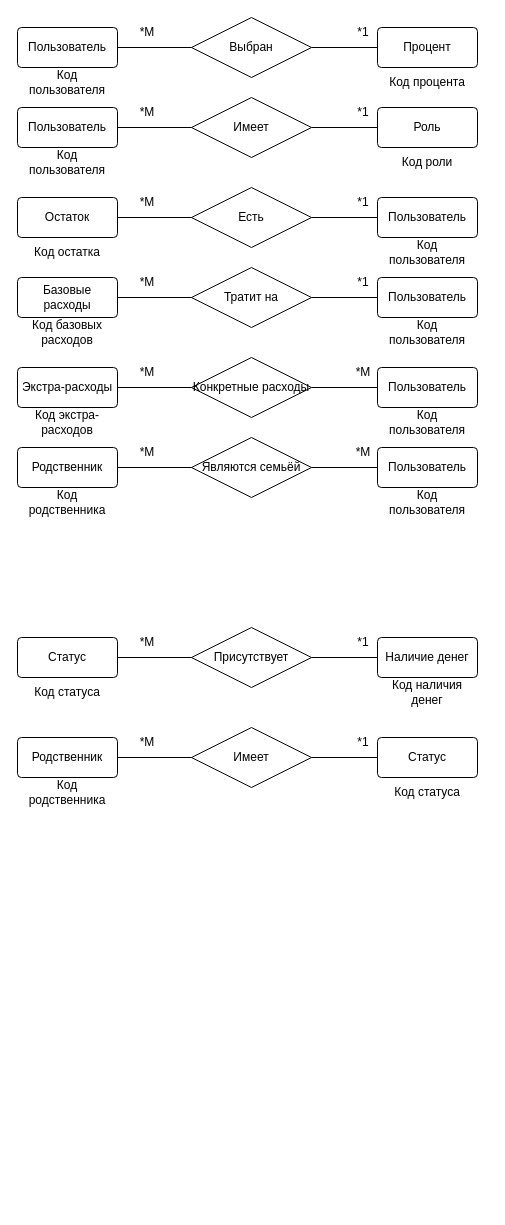
This is page "Страница — 11" (11 of 18) of new_kurs.drawio from dahichnero/schemas, a draw.io file, before an edit. Source tidied: cells renumbered, new cells numbered last; positions are measured from the earlier drawing's top-left corner, leaving out a move shared by most shapes. Both pictures are drawn from the tidied source at 100%, with x=0, y=0 at pixel (17, 17).
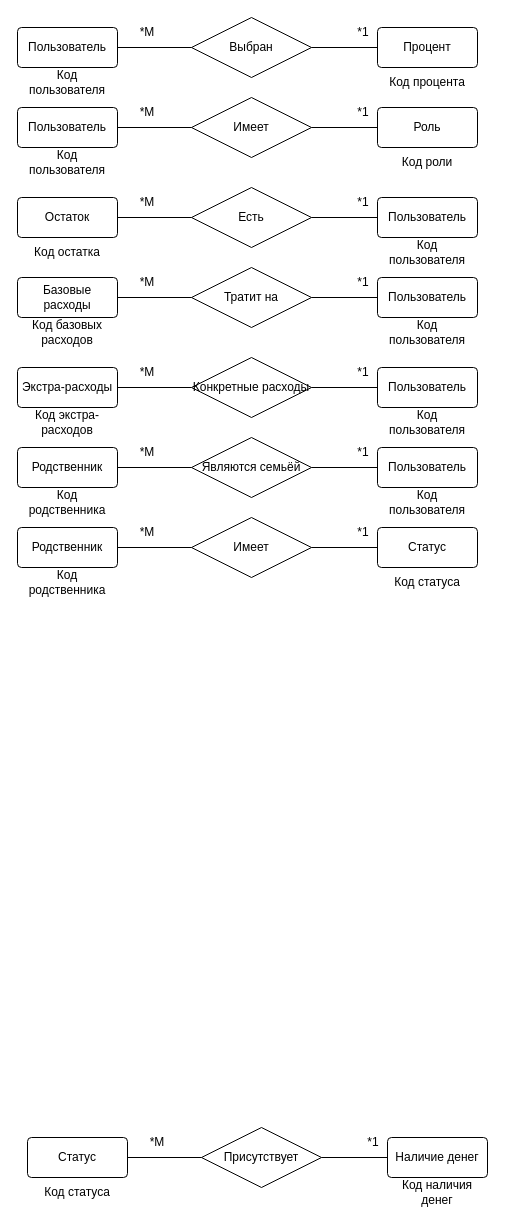
Above is the later version.

Diff of the diagram source:
```diff
@@
     <mxCell id="20" value="Статус" style="rounded=1;arcSize=10;whiteSpace=wrap;html=1;align=center;" parent="1" vertex="1">
-      <mxGeometry y="620" width="100" height="40" as="geometry" />
+      <mxGeometry x="10" y="1120" width="100" height="40" as="geometry" />
     </mxCell>
     <mxCell id="21" value="Наличие денег" style="rounded=1;arcSize=10;whiteSpace=wrap;html=1;align=center;" parent="1" vertex="1">
-      <mxGeometry x="360" y="620" width="100" height="40" as="geometry" />
+      <mxGeometry x="370" y="1120" width="100" height="40" as="geometry" />
     </mxCell>
     <mxCell id="22" value="Присутствует" style="shape=rhombus;perimeter=rhombusPerimeter;whiteSpace=wrap;html=1;align=center;" parent="1" vertex="1">
-      <mxGeometry x="174" y="610" width="120" height="60" as="geometry" />
+      <mxGeometry x="184" y="1110" width="120" height="60" as="geometry" />
     </mxCell>
@@
     <mxCell id="25" value="*М" style="text;html=1;strokeColor=none;fillColor=none;align=center;verticalAlign=middle;whiteSpace=wrap;rounded=0;" parent="1" vertex="1">
-      <mxGeometry x="120" y="610" width="20" height="30" as="geometry" />
+      <mxGeometry x="130" y="1110" width="20" height="30" as="geometry" />
     </mxCell>
     <mxCell id="26" value="*1" style="text;html=1;strokeColor=none;fillColor=none;align=center;verticalAlign=middle;whiteSpace=wrap;rounded=0;" parent="1" vertex="1">
-      <mxGeometry x="336" y="610" width="20" height="30" as="geometry" />
+      <mxGeometry x="346" y="1110" width="20" height="30" as="geometry" />
     </mxCell>
     <mxCell id="27" value="Код статуса" style="text;html=1;strokeColor=none;fillColor=none;align=center;verticalAlign=middle;whiteSpace=wrap;rounded=0;" parent="1" vertex="1">
-      <mxGeometry x="10" y="660" width="80" height="30" as="geometry" />
+      <mxGeometry x="20" y="1160" width="80" height="30" as="geometry" />
     </mxCell>
     <mxCell id="28" value="Код наличия денег" style="text;html=1;strokeColor=none;fillColor=none;align=center;verticalAlign=middle;whiteSpace=wrap;rounded=0;" parent="1" vertex="1">
-      <mxGeometry x="370" y="660" width="80" height="30" as="geometry" />
+      <mxGeometry x="380" y="1160" width="80" height="30" as="geometry" />
     </mxCell>
     <mxCell id="29" value="Родственник" style="rounded=1;arcSize=10;whiteSpace=wrap;html=1;align=center;" parent="1" vertex="1">
-      <mxGeometry y="720" width="100" height="40" as="geometry" />
+      <mxGeometry y="510" width="100" height="40" as="geometry" />
     </mxCell>
     <mxCell id="30" value="Статус" style="rounded=1;arcSize=10;whiteSpace=wrap;html=1;align=center;" parent="1" vertex="1">
-      <mxGeometry x="360" y="720" width="100" height="40" as="geometry" />
+      <mxGeometry x="360" y="510" width="100" height="40" as="geometry" />
     </mxCell>
     <mxCell id="31" value="Имеет" style="shape=rhombus;perimeter=rhombusPerimeter;whiteSpace=wrap;html=1;align=center;" parent="1" vertex="1">
-      <mxGeometry x="174" y="710" width="120" height="60" as="geometry" />
+      <mxGeometry x="174" y="500" width="120" height="60" as="geometry" />
     </mxCell>
@@
     <mxCell id="34" value="*М" style="text;html=1;strokeColor=none;fillColor=none;align=center;verticalAlign=middle;whiteSpace=wrap;rounded=0;" parent="1" vertex="1">
-      <mxGeometry x="120" y="710" width="20" height="30" as="geometry" />
+      <mxGeometry x="120" y="500" width="20" height="30" as="geometry" />
     </mxCell>
     <mxCell id="35" value="*1" style="text;html=1;strokeColor=none;fillColor=none;align=center;verticalAlign=middle;whiteSpace=wrap;rounded=0;" parent="1" vertex="1">
-      <mxGeometry x="336" y="710" width="20" height="30" as="geometry" />
+      <mxGeometry x="336" y="500" width="20" height="30" as="geometry" />
     </mxCell>
     <mxCell id="36" value="Код родственника" style="text;html=1;strokeColor=none;fillColor=none;align=center;verticalAlign=middle;whiteSpace=wrap;rounded=0;" parent="1" vertex="1">
-      <mxGeometry x="10" y="760" width="80" height="30" as="geometry" />
+      <mxGeometry x="10" y="550" width="80" height="30" as="geometry" />
     </mxCell>
     <mxCell id="37" value="Код статуса" style="text;html=1;strokeColor=none;fillColor=none;align=center;verticalAlign=middle;whiteSpace=wrap;rounded=0;" parent="1" vertex="1">
-      <mxGeometry x="370" y="760" width="80" height="30" as="geometry" />
+      <mxGeometry x="370" y="550" width="80" height="30" as="geometry" />
     </mxCell>
@@
-    <mxCell id="62" value="*М" style="text;html=1;strokeColor=none;fillColor=none;align=center;verticalAlign=middle;whiteSpace=wrap;rounded=0;" parent="1" vertex="1">
+    <mxCell id="62" value="*1" style="text;html=1;strokeColor=none;fillColor=none;align=center;verticalAlign=middle;whiteSpace=wrap;rounded=0;" parent="1" vertex="1">
       <mxGeometry x="336" y="420" width="20" height="30" as="geometry" />
     </mxCell>
@@
-    <mxCell id="71" value="*М" style="text;html=1;strokeColor=none;fillColor=none;align=center;verticalAlign=middle;whiteSpace=wrap;rounded=0;" parent="1" vertex="1">
+    <mxCell id="71" value="*1" style="text;html=1;strokeColor=none;fillColor=none;align=center;verticalAlign=middle;whiteSpace=wrap;rounded=0;" parent="1" vertex="1">
       <mxGeometry x="336" y="340" width="20" height="30" as="geometry" />
     </mxCell>
```
